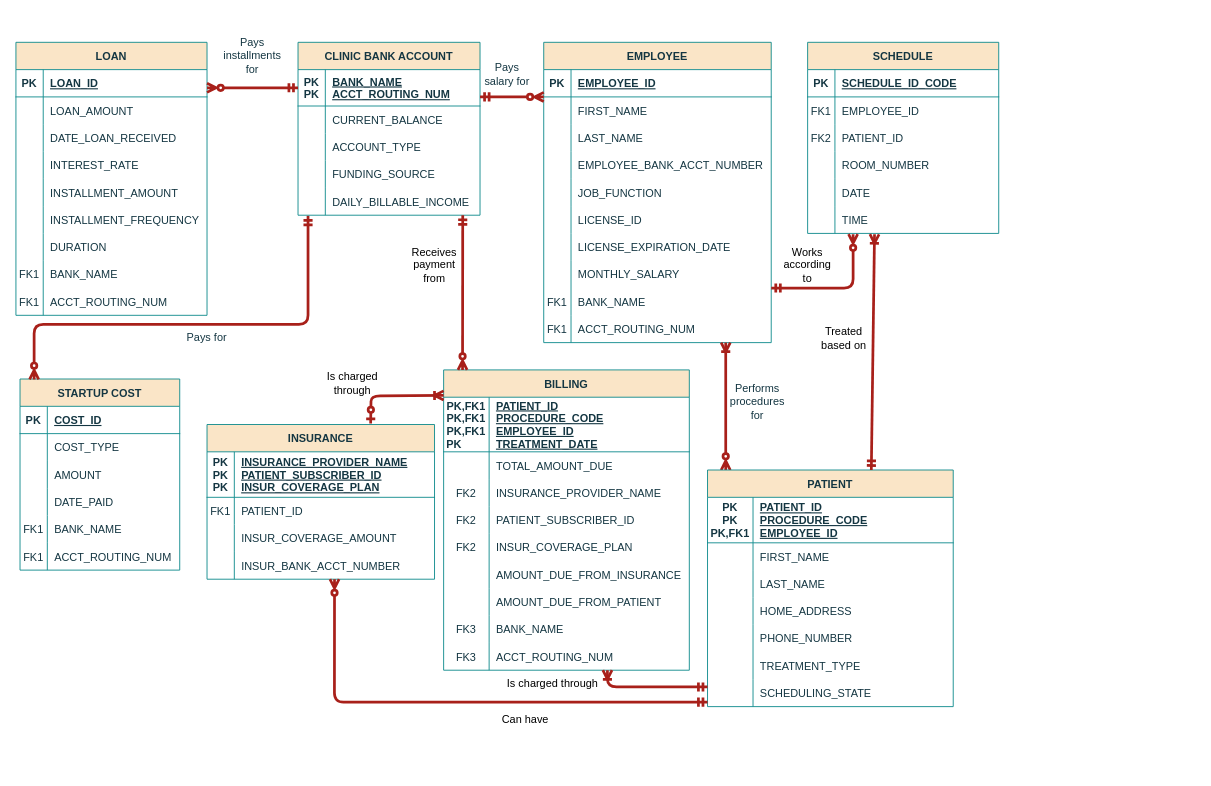
donjuli990/HW1 keeps this draw.io diagram as hw.drawio. Above is the earlier version. Source tidied: cells renumbered, new cells numbered last; positions are measured from the earlier drawing's top-left corner, leaving out a move shared by most shapes. Both pictures are drawn from the tidied source at 91%, with x=0, y=0 at pixel (15, 42).
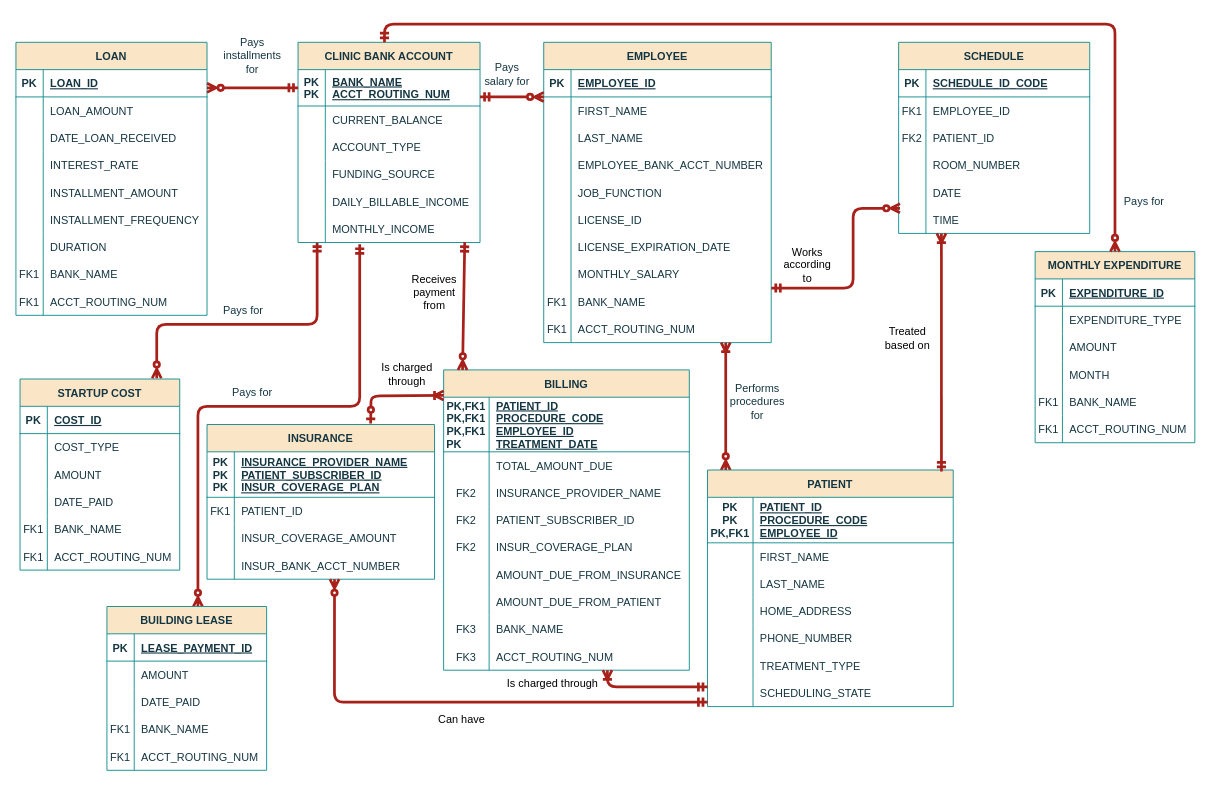
The same diagram, later.

Unchanged cells that the change refers to:
```xml
<mxCell id="33" value="BILLING" style="shape=table;startSize=30;childLayout=tableLayout;rowLines=0;fontStyle=1;align=center;labelBackgroundColor=none;fillColor=#FAE5C7;strokeColor=#0F8B8D;fontColor=#143642;" parent="1" vertex="1">
  <mxGeometry x="470" y="360" width="270" height="330" as="geometry" />
</mxCell>
<mxCell id="103" value="STARTUP COST" style="shape=table;startSize=30;childLayout=tableLayout;rowLines=0;fontStyle=1;align=center;labelBackgroundColor=none;fillColor=#FAE5C7;strokeColor=#0F8B8D;fontColor=#143642;" parent="1" vertex="1">
  <mxGeometry x="4.5" y="370" width="175.5" height="210" as="geometry" />
</mxCell>
<mxCell id="137" style="shape=partialRectangle;fillColor=none;points=[[0,0.5],[1,0.5]];portConstraint=eastwest;top=0;left=0;right=0;bottom=0;labelBackgroundColor=none;strokeColor=#0F8B8D;fontColor=#143642;" parent="124" vertex="1">
  <mxGeometry y="160" width="200" height="30" as="geometry" />
</mxCell>
<mxCell id="149" value="PATIENT" style="shape=table;startSize=30;childLayout=tableLayout;rowLines=0;fontStyle=1;align=center;labelBackgroundColor=none;fillColor=#FAE5C7;strokeColor=#0F8B8D;fontColor=#143642;" parent="1" vertex="1">
  <mxGeometry x="760" y="470" width="270" height="260" as="geometry" />
</mxCell>
<mxCell id="191" style="shape=partialRectangle;fillColor=none;points=[[0,0.5],[1,0.5]];portConstraint=eastwest;top=0;left=0;right=0;bottom=0;labelBackgroundColor=none;strokeColor=#0F8B8D;fontColor=#143642;" parent="175" vertex="1">
  <mxGeometry y="180" width="210" height="30" as="geometry" />
</mxCell>
```

What changed in the source:
```diff
@@
     <mxCell id="122" value="Pays for" style="text;html=1;align=center;verticalAlign=middle;whiteSpace=wrap;rounded=0;fontColor=#143642;" parent="1" vertex="1">
-      <mxGeometry x="180" y="310" width="60" height="30" as="geometry" />
+      <mxGeometry x="220" y="280" width="60" height="30" as="geometry" />
     </mxCell>
-    <mxCell id="123" style="endArrow=ERzeroToMany;startArrow=ERmandOne;endFill=0;startFill=0;labelBackgroundColor=none;strokeColor=#A8201A;fontColor=default;entryX=0.358;entryY=0.002;entryDx=0;entryDy=0;entryPerimeter=0;strokeWidth=3;edgeStyle=elbowEdgeStyle;elbow=vertical;exitX=0.055;exitY=1.02;exitDx=0;exitDy=0;exitPerimeter=0;" parent="1" edge="1" source="137">
+    <mxCell id="123" style="endArrow=ERzeroToMany;startArrow=ERmandOne;endFill=0;startFill=0;labelBackgroundColor=none;strokeColor=#A8201A;fontColor=default;entryX=0.856;entryY=-0.004;entryDx=0;entryDy=0;entryPerimeter=0;strokeWidth=3;edgeStyle=elbowEdgeStyle;elbow=vertical;exitX=0.105;exitY=0.986;exitDx=0;exitDy=0;exitPerimeter=0;" parent="1" edge="1" source="198" target="103">
       <mxGeometry relative="1" as="geometry">
-        <mxPoint x="20" y="370.4" as="targetPoint" />
         <Array as="points">
           <mxPoint x="202.7" y="310" />
         </Array>
       </mxGeometry>
     </mxCell>
     <mxCell id="124" value="CLINIC BANK ACCOUNT" style="shape=table;startSize=30;childLayout=tableLayout;rowLines=0;fontStyle=1;align=center;labelBackgroundColor=none;fillColor=#FAE5C7;strokeColor=#0F8B8D;fontColor=#143642;" parent="1" vertex="1">
-      <mxGeometry x="310" width="200" height="190" as="geometry" />
+      <mxGeometry x="310" width="200" height="220" as="geometry" />
     </mxCell>
@@
+    <mxCell id="198" style="shape=partialRectangle;fillColor=none;points=[[0,0.5],[1,0.5]];portConstraint=eastwest;top=0;left=0;right=0;bottom=0;labelBackgroundColor=none;strokeColor=#0F8B8D;fontColor=#143642;" parent="124" vertex="1">
+      <mxGeometry y="190" width="200" height="30" as="geometry" />
+    </mxCell>
+    <mxCell id="199" style="shape=partialRectangle;overflow=hidden;fillColor=none;top=0;left=0;bottom=0;right=0;labelBackgroundColor=none;strokeColor=#0F8B8D;fontColor=#143642;" parent="198" vertex="1">
+      <mxGeometry width="30" height="30" as="geometry" />
+    </mxCell>
+    <mxCell id="200" value="MONTHLY_INCOME" style="shape=partialRectangle;overflow=hidden;fillColor=none;top=0;left=0;bottom=0;right=0;align=left;spacingLeft=6;labelBackgroundColor=none;strokeColor=#0F8B8D;fontColor=#143642;" parent="198" vertex="1">
+      <mxGeometry x="30" width="170" height="30" as="geometry" />
+    </mxCell>
@@
-    <mxCell id="143" style="endArrow=ERzeroToMany;startArrow=ERmandOne;endFill=0;startFill=0;labelBackgroundColor=none;strokeColor=#A8201A;fontColor=default;strokeWidth=3;entryX=0.077;entryY=0;entryDx=0;entryDy=0;entryPerimeter=0;" parent="1" edge="1" target="33">
-      <mxGeometry relative="1" as="geometry">
-        <mxPoint x="491" y="190" as="sourcePoint" />
-      </mxGeometry>
+    <mxCell id="143" style="endArrow=ERzeroToMany;startArrow=ERmandOne;endFill=0;startFill=0;labelBackgroundColor=none;strokeColor=#A8201A;fontColor=default;strokeWidth=3;entryX=0.077;entryY=0;entryDx=0;entryDy=0;entryPerimeter=0;exitX=0.916;exitY=0.986;exitDx=0;exitDy=0;exitPerimeter=0;" parent="1" edge="1" source="198" target="33">
+      <mxGeometry relative="1" as="geometry" />
     </mxCell>
@@
     <mxCell id="145" value="Receives payment from" style="text;html=1;align=center;verticalAlign=middle;whiteSpace=wrap;rounded=0;" parent="1" vertex="1">
-      <mxGeometry x="430" y="230" width="60" height="30" as="geometry" />
+      <mxGeometry x="430" y="260" width="60" height="30" as="geometry" />
     </mxCell>
@@
     <mxCell id="148" value="Is charged through" style="text;html=1;align=center;verticalAlign=middle;whiteSpace=wrap;rounded=0;" parent="1" vertex="1">
-      <mxGeometry x="340" y="360" width="60" height="30" as="geometry" />
+      <mxGeometry x="400" y="350" width="60" height="30" as="geometry" />
     </mxCell>
@@
     <mxCell id="174" value="Can have" style="text;html=1;align=center;verticalAlign=middle;whiteSpace=wrap;rounded=0;" parent="1" vertex="1">
-      <mxGeometry x="530" y="730" width="60" height="30" as="geometry" />
+      <mxGeometry x="460" y="730" width="60" height="30" as="geometry" />
     </mxCell>
     <mxCell id="175" value="SCHEDULE" style="shape=table;startSize=30;childLayout=tableLayout;rowLines=0;fontStyle=1;align=center;labelBackgroundColor=none;fillColor=#FAE5C7;strokeColor=#0F8B8D;fontColor=#143642;" parent="1" vertex="1">
-      <mxGeometry x="870" width="210" height="210" as="geometry" />
+      <mxGeometry x="970" width="210" height="210" as="geometry" />
     </mxCell>
@@
-    <mxCell id="194" style="endArrow=ERmandOne;startArrow=ERzeroToMany;endFill=0;startFill=0;labelBackgroundColor=none;strokeColor=#A8201A;fontColor=default;strokeWidth=3;edgeStyle=elbowEdgeStyle;exitX=0.238;exitY=1.029;exitDx=0;exitDy=0;exitPerimeter=0;" parent="1" edge="1" source="191">
+    <mxCell id="194" style="endArrow=ERmandOne;startArrow=ERzeroToMany;endFill=0;startFill=0;labelBackgroundColor=none;strokeColor=#A8201A;fontColor=default;strokeWidth=3;edgeStyle=elbowEdgeStyle;exitX=0.007;exitY=0.079;exitDx=0;exitDy=0;exitPerimeter=0;" parent="1" edge="1" source="191">
       <mxGeometry relative="1" as="geometry">
         <mxPoint x="830" y="270" as="targetPoint" />
         <Array as="points">
           <mxPoint x="920" y="290" />
         </Array>
       </mxGeometry>
     </mxCell>
@@
-    <mxCell id="196" style="endArrow=ERmandOne;startArrow=ERoneToMany;endFill=0;startFill=0;labelBackgroundColor=none;strokeColor=#A8201A;fontColor=default;strokeWidth=3;exitX=0.35;exitY=1.029;exitDx=0;exitDy=0;exitPerimeter=0;" parent="1" edge="1" source="191">
+    <mxCell id="196" style="endArrow=ERmandOne;startArrow=ERoneToMany;endFill=0;startFill=0;labelBackgroundColor=none;strokeColor=#A8201A;fontColor=default;strokeWidth=3;entryX=0.952;entryY=0.006;entryDx=0;entryDy=0;entryPerimeter=0;" parent="1" edge="1" target="149">
       <mxGeometry relative="1" as="geometry">
-        <mxPoint x="940" y="470" as="targetPoint" />
+        <mxPoint x="1017" y="210" as="sourcePoint" />
       </mxGeometry>
     </mxCell>
     <mxCell id="197" value="Treated based on" style="text;html=1;align=center;verticalAlign=middle;whiteSpace=wrap;rounded=0;" parent="1" vertex="1">
-      <mxGeometry x="880" y="310" width="60" height="30" as="geometry" />
+      <mxGeometry x="950" y="310" width="60" height="30" as="geometry" />
     </mxCell>
+    <mxCell id="201" style="endArrow=ERzeroToMany;startArrow=ERmandOne;endFill=0;startFill=0;labelBackgroundColor=none;strokeColor=#A8201A;fontColor=default;strokeWidth=3;edgeStyle=elbowEdgeStyle;elbow=vertical;exitX=0.339;exitY=1.062;exitDx=0;exitDy=0;exitPerimeter=0;" parent="1" edge="1" source="198">
+      <mxGeometry relative="1" as="geometry">
+        <mxPoint x="200" y="620" as="targetPoint" />
+        <Array as="points">
+          <mxPoint x="300" y="400" />
+        </Array>
+      </mxGeometry>
+    </mxCell>
+    <mxCell id="202" value="BUILDING LEASE" style="shape=table;startSize=30;childLayout=tableLayout;rowLines=0;fontStyle=1;align=center;labelBackgroundColor=none;fillColor=#FAE5C7;strokeColor=#0F8B8D;fontColor=#143642;" parent="1" vertex="1">
+      <mxGeometry x="100" y="620" width="175.5" height="180" as="geometry" />
+    </mxCell>
+    <mxCell id="203" style="shape=partialRectangle;fillColor=none;top=0;left=0;right=0;bottom=1;labelBackgroundColor=none;strokeColor=#0F8B8D;fontColor=#143642;" parent="202" vertex="1">
+      <mxGeometry y="30" width="175.5" height="30" as="geometry" />
+    </mxCell>
+    <mxCell id="204" value="PK" style="shape=partialRectangle;overflow=hidden;fillColor=none;top=0;left=0;bottom=0;right=0;fontStyle=1;labelBackgroundColor=none;strokeColor=#0F8B8D;fontColor=#143642;" parent="203" vertex="1">
+      <mxGeometry width="30" height="30" as="geometry" />
+    </mxCell>
+    <mxCell id="205" value="LEASE_PAYMENT_ID" style="shape=partialRectangle;overflow=hidden;fillColor=none;top=0;left=0;bottom=0;right=0;align=left;spacingLeft=6;fontStyle=5;labelBackgroundColor=none;strokeColor=#0F8B8D;fontColor=#143642;" parent="203" vertex="1">
+      <mxGeometry x="30" width="145.5" height="30" as="geometry" />
+    </mxCell>
+    <mxCell id="206" style="shape=partialRectangle;fillColor=none;top=0;left=0;right=0;bottom=0;labelBackgroundColor=none;strokeColor=#0F8B8D;fontColor=#143642;" parent="202" vertex="1">
+      <mxGeometry y="60" width="175.5" height="30" as="geometry" />
+    </mxCell>
+    <mxCell id="207" style="shape=partialRectangle;overflow=hidden;fillColor=none;top=0;left=0;bottom=0;right=0;labelBackgroundColor=none;strokeColor=#0F8B8D;fontColor=#143642;" parent="206" vertex="1">
+      <mxGeometry width="30" height="30" as="geometry" />
+    </mxCell>
+    <mxCell id="208" value="AMOUNT" style="shape=partialRectangle;overflow=hidden;fillColor=none;top=0;left=0;bottom=0;right=0;align=left;spacingLeft=6;labelBackgroundColor=none;strokeColor=#0F8B8D;fontColor=#143642;" parent="206" vertex="1">
+      <mxGeometry x="30" width="145.5" height="30" as="geometry" />
+    </mxCell>
+    <mxCell id="209" style="shape=partialRectangle;fillColor=none;top=0;left=0;right=0;bottom=0;labelBackgroundColor=none;strokeColor=#0F8B8D;fontColor=#143642;" parent="202" vertex="1">
+      <mxGeometry y="90" width="175.5" height="30" as="geometry" />
+    </mxCell>
+    <mxCell id="210" style="shape=partialRectangle;overflow=hidden;fillColor=none;top=0;left=0;bottom=0;right=0;labelBackgroundColor=none;strokeColor=#0F8B8D;fontColor=#143642;" parent="209" vertex="1">
+      <mxGeometry width="30" height="30" as="geometry" />
+    </mxCell>
+    <mxCell id="211" value="DATE_PAID" style="shape=partialRectangle;overflow=hidden;fillColor=none;top=0;left=0;bottom=0;right=0;align=left;spacingLeft=6;labelBackgroundColor=none;strokeColor=#0F8B8D;fontColor=#143642;" parent="209" vertex="1">
+      <mxGeometry x="30" width="145.5" height="30" as="geometry" />
+    </mxCell>
+    <mxCell id="212" style="shape=partialRectangle;fillColor=none;top=0;left=0;right=0;bottom=0;labelBackgroundColor=none;strokeColor=#0F8B8D;fontColor=#143642;" parent="202" vertex="1">
+      <mxGeometry y="120" width="175.5" height="30" as="geometry" />
+    </mxCell>
+    <mxCell id="213" value="FK1" style="shape=partialRectangle;overflow=hidden;fillColor=none;top=0;left=0;bottom=0;right=0;labelBackgroundColor=none;strokeColor=#0F8B8D;fontColor=#143642;" parent="212" vertex="1">
+      <mxGeometry width="30" height="30" as="geometry" />
+    </mxCell>
+    <mxCell id="214" value="BANK_NAME" style="shape=partialRectangle;overflow=hidden;fillColor=none;top=0;left=0;bottom=0;right=0;align=left;spacingLeft=6;labelBackgroundColor=none;strokeColor=#0F8B8D;fontColor=#143642;" parent="212" vertex="1">
+      <mxGeometry x="30" width="145.5" height="30" as="geometry" />
+    </mxCell>
+    <mxCell id="215" style="shape=partialRectangle;fillColor=none;top=0;left=0;right=0;bottom=0;labelBackgroundColor=none;strokeColor=#0F8B8D;fontColor=#143642;" parent="202" vertex="1">
+      <mxGeometry y="150" width="175.5" height="30" as="geometry" />
+    </mxCell>
+    <mxCell id="216" value="FK1" style="shape=partialRectangle;overflow=hidden;fillColor=none;top=0;left=0;bottom=0;right=0;labelBackgroundColor=none;strokeColor=#0F8B8D;fontColor=#143642;" parent="215" vertex="1">
+      <mxGeometry width="30" height="30" as="geometry" />
+    </mxCell>
+    <mxCell id="217" value="ACCT_ROUTING_NUM" style="shape=partialRectangle;overflow=hidden;fillColor=none;top=0;left=0;bottom=0;right=0;align=left;spacingLeft=6;labelBackgroundColor=none;strokeColor=#0F8B8D;fontColor=#143642;" parent="215" vertex="1">
+      <mxGeometry x="30" width="145.5" height="30" as="geometry" />
+    </mxCell>
+    <mxCell id="218" value="Pays for" style="text;html=1;align=center;verticalAlign=middle;whiteSpace=wrap;rounded=0;fontColor=#143642;" parent="1" vertex="1">
+      <mxGeometry x="230" y="370" width="60" height="30" as="geometry" />
+    </mxCell>
+    <mxCell id="219" value="MONTHLY EXPENDITURE" style="shape=table;startSize=30;childLayout=tableLayout;rowLines=0;fontStyle=1;align=center;labelBackgroundColor=none;fillColor=#FAE5C7;strokeColor=#0F8B8D;fontColor=#143642;" parent="1" vertex="1">
+      <mxGeometry x="1120" y="230" width="175.5" height="210" as="geometry" />
+    </mxCell>
+    <mxCell id="220" style="shape=partialRectangle;fillColor=none;top=0;left=0;right=0;bottom=1;labelBackgroundColor=none;strokeColor=#0F8B8D;fontColor=#143642;" parent="219" vertex="1">
+      <mxGeometry y="30" width="175.5" height="30" as="geometry" />
+    </mxCell>
+    <mxCell id="221" value="PK" style="shape=partialRectangle;overflow=hidden;fillColor=none;top=0;left=0;bottom=0;right=0;fontStyle=1;labelBackgroundColor=none;strokeColor=#0F8B8D;fontColor=#143642;" parent="220" vertex="1">
+      <mxGeometry width="30" height="30" as="geometry" />
+    </mxCell>
+    <mxCell id="222" value="EXPENDITURE_ID" style="shape=partialRectangle;overflow=hidden;fillColor=none;top=0;left=0;bottom=0;right=0;align=left;spacingLeft=6;fontStyle=5;labelBackgroundColor=none;strokeColor=#0F8B8D;fontColor=#143642;" parent="220" vertex="1">
+      <mxGeometry x="30" width="145.5" height="30" as="geometry" />
+    </mxCell>
+    <mxCell id="223" style="shape=partialRectangle;fillColor=none;top=0;left=0;right=0;bottom=0;labelBackgroundColor=none;strokeColor=#0F8B8D;fontColor=#143642;" parent="219" vertex="1">
+      <mxGeometry y="60" width="175.5" height="30" as="geometry" />
+    </mxCell>
+    <mxCell id="224" style="shape=partialRectangle;overflow=hidden;fillColor=none;top=0;left=0;bottom=0;right=0;labelBackgroundColor=none;strokeColor=#0F8B8D;fontColor=#143642;" parent="223" vertex="1">
+      <mxGeometry width="30" height="30" as="geometry" />
+    </mxCell>
+    <mxCell id="225" value="EXPENDITURE_TYPE" style="shape=partialRectangle;overflow=hidden;fillColor=none;top=0;left=0;bottom=0;right=0;align=left;spacingLeft=6;labelBackgroundColor=none;strokeColor=#0F8B8D;fontColor=#143642;" parent="223" vertex="1">
+      <mxGeometry x="30" width="145.5" height="30" as="geometry" />
+    </mxCell>
+    <mxCell id="226" style="shape=partialRectangle;fillColor=none;top=0;left=0;right=0;bottom=0;labelBackgroundColor=none;strokeColor=#0F8B8D;fontColor=#143642;" parent="219" vertex="1">
+      <mxGeometry y="90" width="175.5" height="30" as="geometry" />
+    </mxCell>
+    <mxCell id="227" style="shape=partialRectangle;overflow=hidden;fillColor=none;top=0;left=0;bottom=0;right=0;labelBackgroundColor=none;strokeColor=#0F8B8D;fontColor=#143642;" parent="226" vertex="1">
+      <mxGeometry width="30" height="30" as="geometry" />
+    </mxCell>
+    <mxCell id="228" value="AMOUNT" style="shape=partialRectangle;overflow=hidden;fillColor=none;top=0;left=0;bottom=0;right=0;align=left;spacingLeft=6;labelBackgroundColor=none;strokeColor=#0F8B8D;fontColor=#143642;" parent="226" vertex="1">
+      <mxGeometry x="30" width="145.5" height="30" as="geometry" />
+    </mxCell>
+    <mxCell id="229" style="shape=partialRectangle;fillColor=none;top=0;left=0;right=0;bottom=0;labelBackgroundColor=none;strokeColor=#0F8B8D;fontColor=#143642;" parent="219" vertex="1">
+      <mxGeometry y="120" width="175.5" height="30" as="geometry" />
+    </mxCell>
+    <mxCell id="230" style="shape=partialRectangle;overflow=hidden;fillColor=none;top=0;left=0;bottom=0;right=0;labelBackgroundColor=none;strokeColor=#0F8B8D;fontColor=#143642;" parent="229" vertex="1">
+      <mxGeometry width="30" height="30" as="geometry" />
+    </mxCell>
+    <mxCell id="231" value="MONTH" style="shape=partialRectangle;overflow=hidden;fillColor=none;top=0;left=0;bottom=0;right=0;align=left;spacingLeft=6;labelBackgroundColor=none;strokeColor=#0F8B8D;fontColor=#143642;" parent="229" vertex="1">
+      <mxGeometry x="30" width="145.5" height="30" as="geometry" />
+    </mxCell>
+    <mxCell id="232" style="shape=partialRectangle;fillColor=none;top=0;left=0;right=0;bottom=0;labelBackgroundColor=none;strokeColor=#0F8B8D;fontColor=#143642;" parent="219" vertex="1">
+      <mxGeometry y="150" width="175.5" height="30" as="geometry" />
+    </mxCell>
+    <mxCell id="233" value="FK1" style="shape=partialRectangle;overflow=hidden;fillColor=none;top=0;left=0;bottom=0;right=0;labelBackgroundColor=none;strokeColor=#0F8B8D;fontColor=#143642;" parent="232" vertex="1">
+      <mxGeometry width="30" height="30" as="geometry" />
+    </mxCell>
+    <mxCell id="234" value="BANK_NAME" style="shape=partialRectangle;overflow=hidden;fillColor=none;top=0;left=0;bottom=0;right=0;align=left;spacingLeft=6;labelBackgroundColor=none;strokeColor=#0F8B8D;fontColor=#143642;" parent="232" vertex="1">
+      <mxGeometry x="30" width="145.5" height="30" as="geometry" />
+    </mxCell>
+    <mxCell id="235" style="shape=partialRectangle;fillColor=none;top=0;left=0;right=0;bottom=0;labelBackgroundColor=none;strokeColor=#0F8B8D;fontColor=#143642;" parent="219" vertex="1">
+      <mxGeometry y="180" width="175.5" height="30" as="geometry" />
+    </mxCell>
+    <mxCell id="236" value="FK1" style="shape=partialRectangle;overflow=hidden;fillColor=none;top=0;left=0;bottom=0;right=0;labelBackgroundColor=none;strokeColor=#0F8B8D;fontColor=#143642;" parent="235" vertex="1">
+      <mxGeometry width="30" height="30" as="geometry" />
+    </mxCell>
+    <mxCell id="237" value="ACCT_ROUTING_NUM" style="shape=partialRectangle;overflow=hidden;fillColor=none;top=0;left=0;bottom=0;right=0;align=left;spacingLeft=6;labelBackgroundColor=none;strokeColor=#0F8B8D;fontColor=#143642;" parent="235" vertex="1">
+      <mxGeometry x="30" width="145.5" height="30" as="geometry" />
+    </mxCell>
+    <mxCell id="238" style="endArrow=ERmandOne;startArrow=ERzeroToMany;endFill=0;startFill=0;labelBackgroundColor=none;strokeColor=#A8201A;fontColor=default;strokeWidth=3;edgeStyle=elbowEdgeStyle;elbow=vertical;exitX=0.5;exitY=0;exitDx=0;exitDy=0;" parent="1" edge="1" source="219">
+      <mxGeometry relative="1" as="geometry">
+        <mxPoint x="405" as="targetPoint" />
+        <Array as="points">
+          <mxPoint x="810" y="-20" />
+        </Array>
+      </mxGeometry>
+    </mxCell>
+    <mxCell id="239" value="Pays for" style="text;html=1;align=center;verticalAlign=middle;whiteSpace=wrap;rounded=0;fontColor=#143642;" parent="1" vertex="1">
+      <mxGeometry x="1210" y="160" width="60" height="30" as="geometry" />
+    </mxCell>
```
